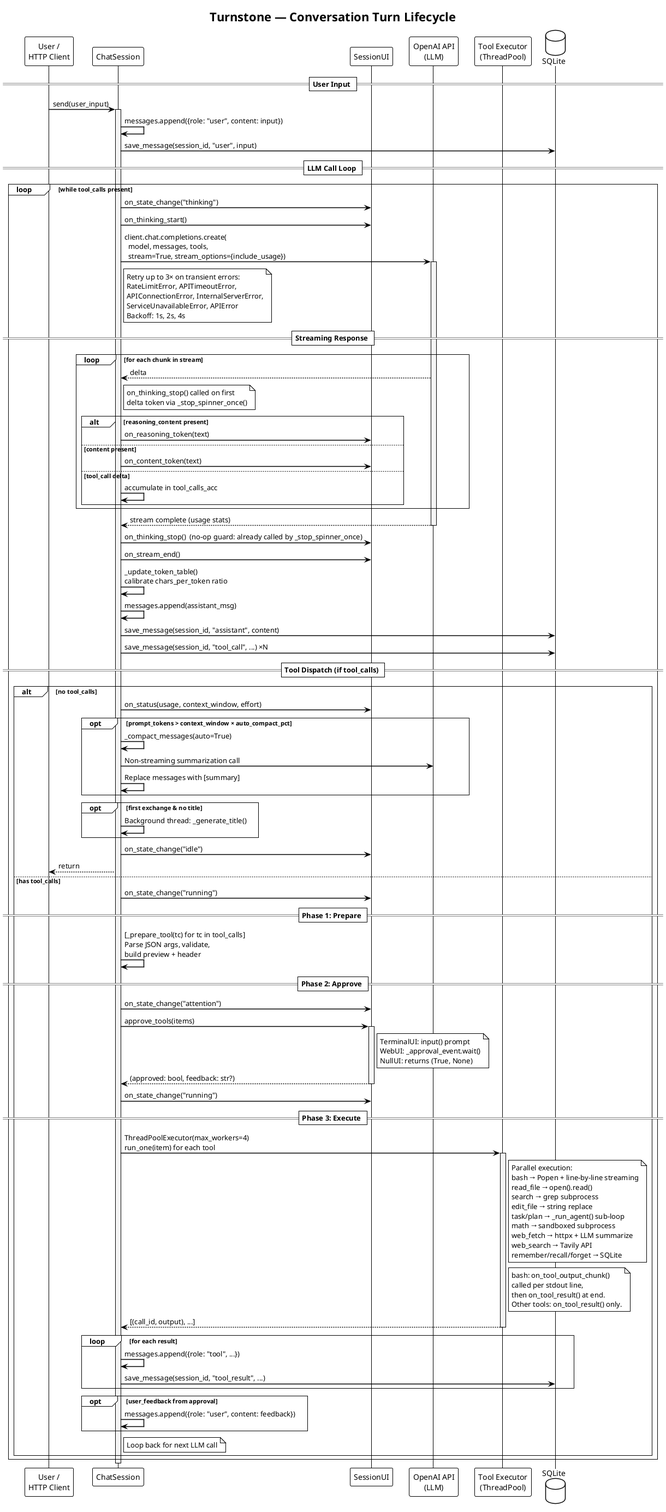
The PlantUML diagram docs/diagrams/png/04-conversation-turn.png in turnstonelabs/turnstone, before a commit.
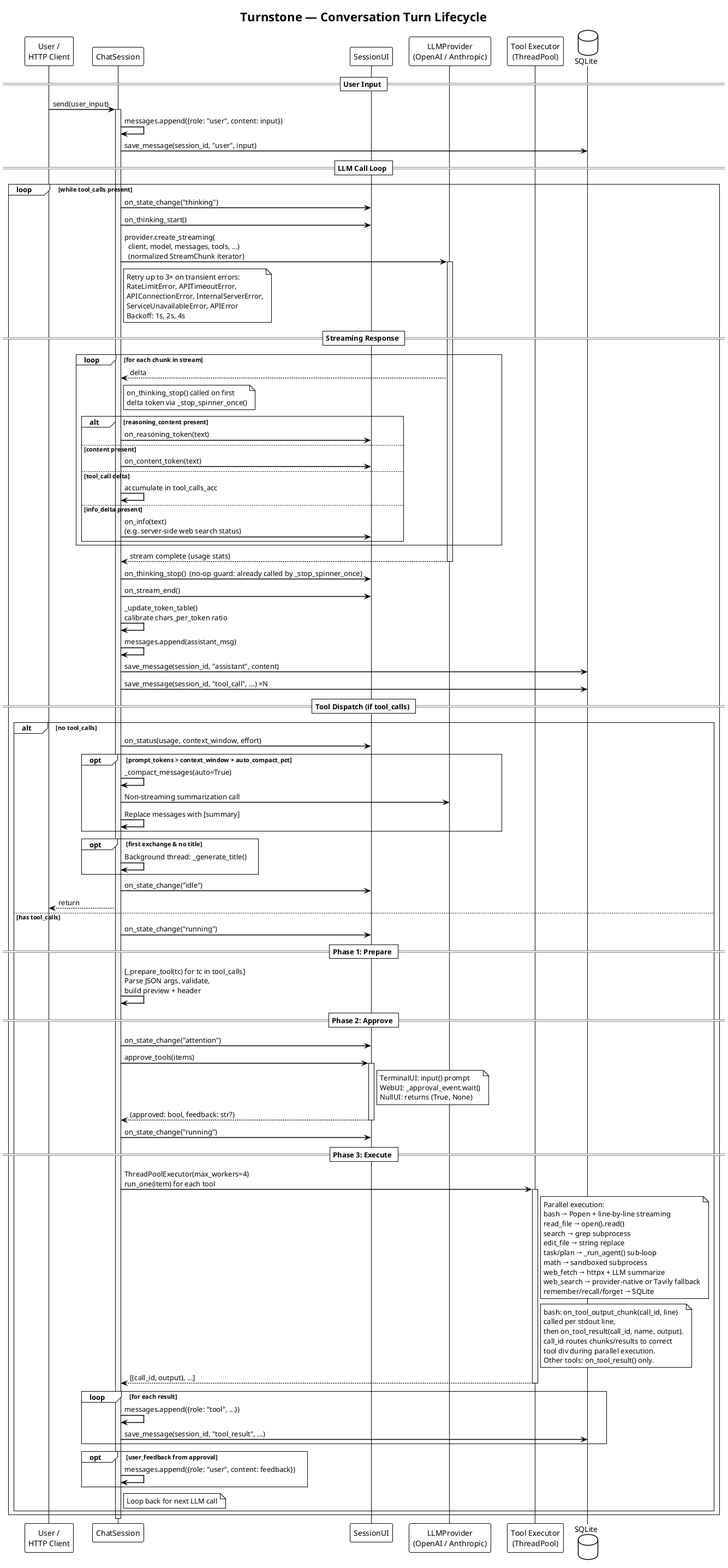
After the commit.

The edit, as a diff of the source:
```diff
@@ -8,7 +8,7 @@
 participant "User /\nHTTP Client" as User
 participant "ChatSession" as CS
 participant "SessionUI" as UI
-participant "OpenAI API\n(LLM)" as LLM
+participant "LLMProvider\n(OpenAI / Anthropic)" as LLM
 participant "Tool Executor\n(ThreadPool)" as TP
 database "SQLite" as DB
 
@@ -27,7 +27,7 @@
     CS -> UI : on_state_change("thinking")
     CS -> UI : on_thinking_start()
 
-    CS -> LLM : client.chat.completions.create(\n  model, messages, tools,\n  stream=True, stream_options={include_usage})
+    CS -> LLM : provider.create_streaming(\n  client, model, messages, tools, ...)\n  (normalized StreamChunk iterator)
     activate LLM
 
     note right of CS
@@ -52,6 +52,8 @@
             CS -> UI : on_content_token(text)
         else tool_call delta
             CS -> CS : accumulate in tool_calls_acc
+        else info_delta present
+            CS -> UI : on_info(text)\n(e.g. server-side web search status)
         end
     end
 
@@ -116,14 +118,16 @@
           task/plan → _run_agent() sub-loop
           math → sandboxed subprocess
           web_fetch → httpx + LLM summarize
-          web_search → Tavily API
+          web_search → provider-native or Tavily fallback
           remember/recall/forget → SQLite
         end note
 
         note right of TP
-          bash: on_tool_output_chunk()
+          bash: on_tool_output_chunk(call_id, line)
           called per stdout line,
-          then on_tool_result() at end.
+          then on_tool_result(call_id, name, output).
+          call_id routes chunks/results to correct
+          tool div during parallel execution.
           Other tools: on_tool_result() only.
         end note
 
```
